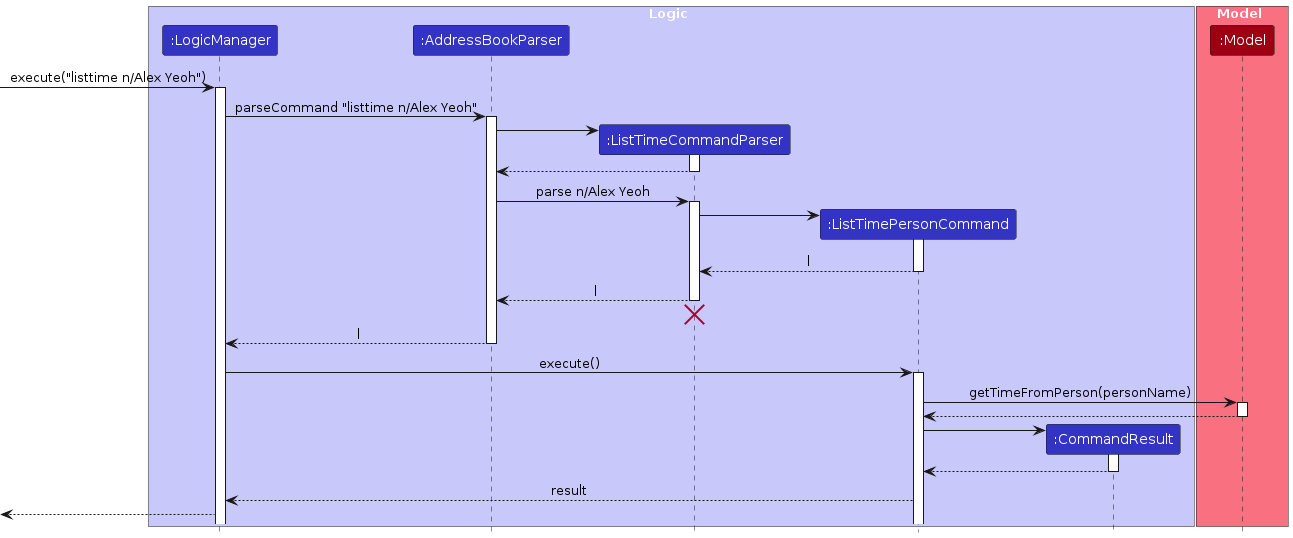
Above: diagrams/ListTimePersonSequenceDiagram.png in AY2324S1-CS2103T-T10-3/tp (PlantUML), before the change. Its source is kept beside it as diagrams/ListTimePersonSequenceDiagram.puml.
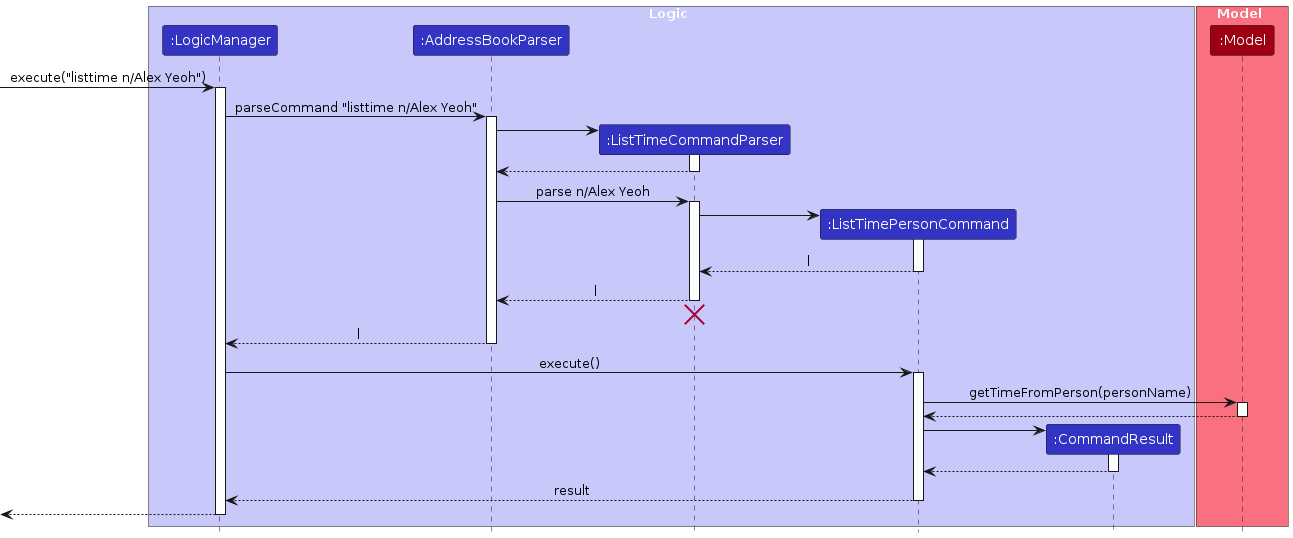
Above is the later version.

Diff of the diagram source:
```diff
@@ -63,6 +63,9 @@
 deactivate CommandResult
 
 ListTimePersonCommand --> LogicManager: result
+deactivate ListTimePersonCommand
+
 [<-- LogicManager
+deactivate LogicManager
 
 @enduml
```
